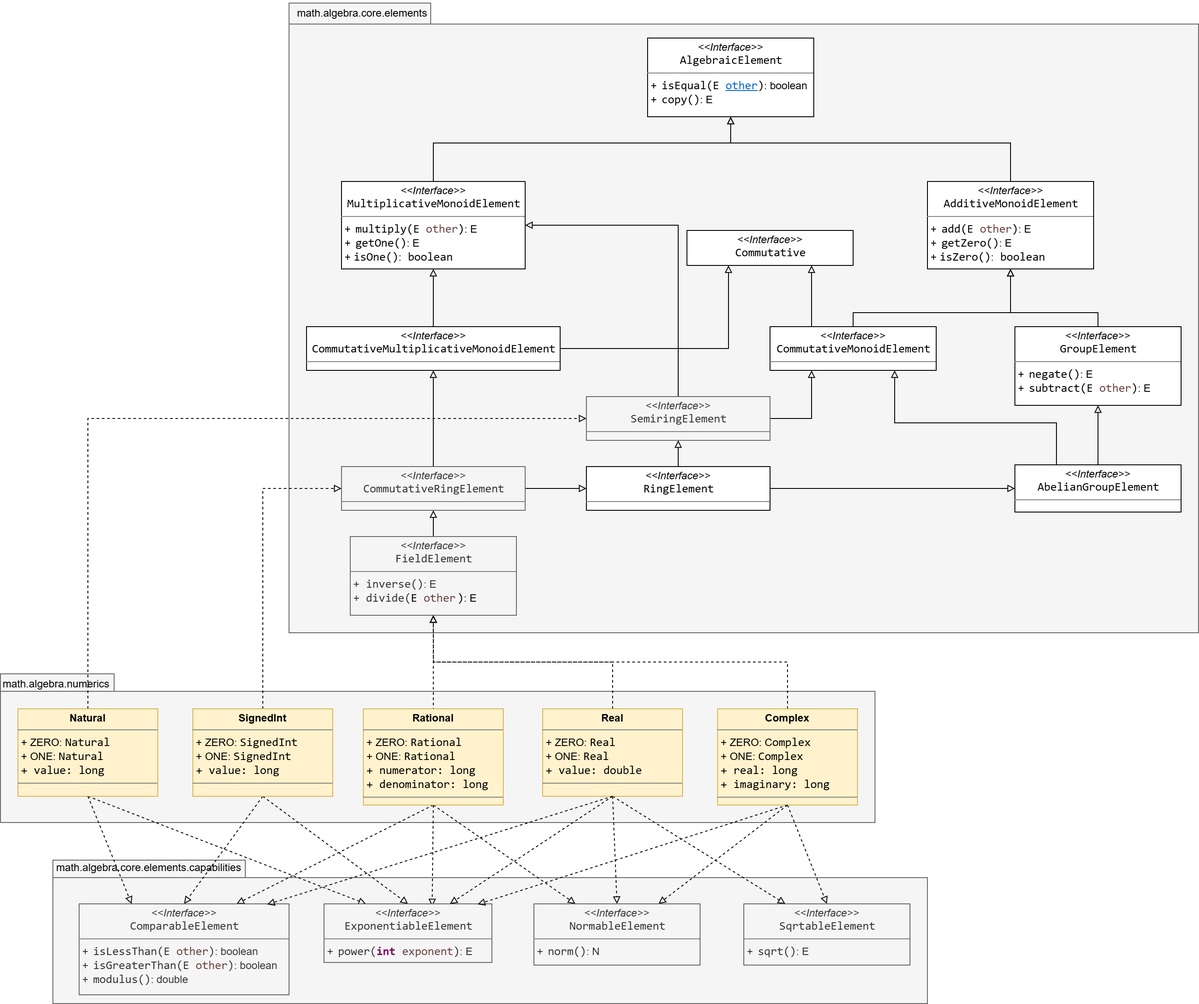
gom9000/SMFN keeps this draw.io diagram as resources/SMFN-algebra-elements.drawio.png. Above is the earlier version. Source tidied: cells renumbered, new cells last; positions are measured from the earlier drawing's top-left corner, leaving out a move shared by most shapes.
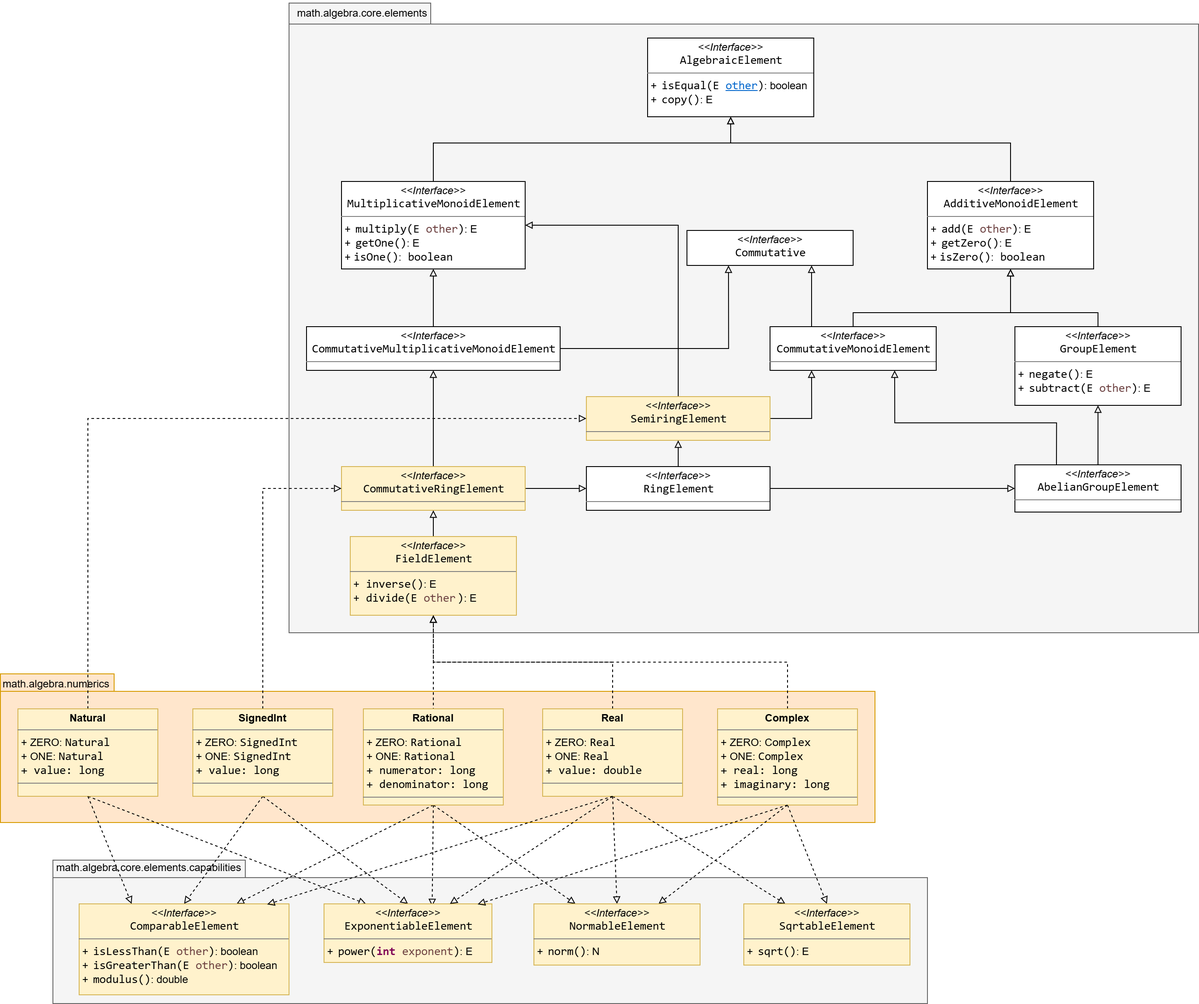
The same file after the commit.

Commit message:
refactory - algebra, linearalgebra refines

What changed in the source:
```diff
@@ -7,3 +7,3 @@
     </mxCell>
-    <mxCell id="3" value="package" style="shape=folder;fontStyle=1;spacingTop=10;tabWidth=130;tabHeight=20;tabPosition=left;html=1;whiteSpace=wrap;fillColor=#f5f5f5;strokeColor=#666666;fontColor=#333333;" parent="1" vertex="1">
+    <mxCell id="3" value="package" style="shape=folder;fontStyle=1;spacingTop=10;tabWidth=130;tabHeight=20;tabPosition=left;html=1;whiteSpace=wrap;fillColor=#ffe6cc;strokeColor=#d79b00;" parent="1" vertex="1">
       <mxGeometry y="770" width="1000" height="170" as="geometry" />
@@ -95,3 +95,3 @@
     </mxCell>
-    <mxCell id="24" value="&lt;p style=&quot;margin:0px;margin-top:4px;text-align:center;&quot;&gt;&lt;i&gt;&amp;lt;&amp;lt;Interface&amp;gt;&amp;gt;&lt;/i&gt;&lt;br&gt;&lt;span style=&quot;padding: 0px 0px 0px 2px;&quot;&gt;&lt;span style=&quot;font-family: Consolas; font-size: 10pt; white-space: pre;&quot;&gt;&lt;span style=&quot;&quot;&gt;SemiringElement&lt;/span&gt;&lt;/span&gt;&lt;/span&gt;&lt;/p&gt;&lt;hr size=&quot;1&quot; style=&quot;border-style:solid;&quot;&gt;&lt;p style=&quot;margin:0px;margin-left:4px;&quot;&gt;&lt;/p&gt;&lt;p style=&quot;margin:0px;margin-left:4px;&quot;&gt;&lt;br&gt;&lt;/p&gt;" style="verticalAlign=top;align=left;overflow=fill;html=1;whiteSpace=wrap;fillColor=#f5f5f5;fontColor=#333333;strokeColor=#666666;labelBackgroundColor=none;" parent="1" vertex="1">
+    <mxCell id="24" value="&lt;p style=&quot;margin:0px;margin-top:4px;text-align:center;&quot;&gt;&lt;i&gt;&amp;lt;&amp;lt;Interface&amp;gt;&amp;gt;&lt;/i&gt;&lt;br&gt;&lt;span style=&quot;padding: 0px 0px 0px 2px;&quot;&gt;&lt;span style=&quot;font-family: Consolas; font-size: 10pt; white-space: pre;&quot;&gt;&lt;span style=&quot;&quot;&gt;SemiringElement&lt;/span&gt;&lt;/span&gt;&lt;/span&gt;&lt;/p&gt;&lt;hr size=&quot;1&quot; style=&quot;border-style:solid;&quot;&gt;&lt;p style=&quot;margin:0px;margin-left:4px;&quot;&gt;&lt;/p&gt;&lt;p style=&quot;margin:0px;margin-left:4px;&quot;&gt;&lt;br&gt;&lt;/p&gt;" style="verticalAlign=top;align=left;overflow=fill;html=1;whiteSpace=wrap;fillColor=#fff2cc;strokeColor=#d6b656;labelBackgroundColor=none;" parent="1" vertex="1">
       <mxGeometry x="670" y="453" width="210" height="50" as="geometry" />
@@ -113,3 +113,3 @@
     </mxCell>
-    <mxCell id="30" value="&lt;p style=&quot;margin:0px;margin-top:4px;text-align:center;&quot;&gt;&lt;i&gt;&amp;lt;&amp;lt;Interface&amp;gt;&amp;gt;&lt;/i&gt;&lt;br&gt;&lt;span style=&quot;padding: 0px 0px 0px 2px;&quot;&gt;&lt;span style=&quot;font-family: Consolas; font-size: 10pt; white-space: pre;&quot;&gt;&lt;span style=&quot;&quot;&gt;CommutativeRingElement&lt;/span&gt;&lt;/span&gt;&lt;/span&gt;&lt;/p&gt;&lt;hr size=&quot;1&quot; style=&quot;border-style:solid;&quot;&gt;&lt;p style=&quot;margin:0px;margin-left:4px;&quot;&gt;&lt;/p&gt;&lt;p style=&quot;margin:0px;margin-left:4px;&quot;&gt;&lt;br&gt;&lt;/p&gt;" style="verticalAlign=top;align=left;overflow=fill;html=1;whiteSpace=wrap;fillColor=#f5f5f5;fontColor=#333333;strokeColor=#666666;labelBackgroundColor=none;" parent="1" vertex="1">
+    <mxCell id="30" value="&lt;p style=&quot;margin:0px;margin-top:4px;text-align:center;&quot;&gt;&lt;i&gt;&amp;lt;&amp;lt;Interface&amp;gt;&amp;gt;&lt;/i&gt;&lt;br&gt;&lt;span style=&quot;padding: 0px 0px 0px 2px;&quot;&gt;&lt;span style=&quot;font-family: Consolas; font-size: 10pt; white-space: pre;&quot;&gt;&lt;span style=&quot;&quot;&gt;CommutativeRingElement&lt;/span&gt;&lt;/span&gt;&lt;/span&gt;&lt;/p&gt;&lt;hr size=&quot;1&quot; style=&quot;border-style:solid;&quot;&gt;&lt;p style=&quot;margin:0px;margin-left:4px;&quot;&gt;&lt;/p&gt;&lt;p style=&quot;margin:0px;margin-left:4px;&quot;&gt;&lt;br&gt;&lt;/p&gt;" style="verticalAlign=top;align=left;overflow=fill;html=1;whiteSpace=wrap;fillColor=#fff2cc;strokeColor=#d6b656;labelBackgroundColor=none;" parent="1" vertex="1">
       <mxGeometry x="390" y="533" width="210" height="50" as="geometry" />
@@ -119,3 +119,3 @@
     </mxCell>
-    <mxCell id="32" value="&lt;p style=&quot;margin:0px;margin-top:4px;text-align:center;&quot;&gt;&lt;i&gt;&amp;lt;&amp;lt;Interface&amp;gt;&amp;gt;&lt;/i&gt;&lt;br&gt;&lt;span style=&quot;padding: 0px 0px 0px 2px;&quot;&gt;&lt;span style=&quot;font-family: Consolas; font-size: 10pt; white-space: pre;&quot;&gt;&lt;span style=&quot;&quot;&gt;FieldElement&lt;/span&gt;&lt;/span&gt;&lt;/span&gt;&lt;/p&gt;&lt;hr size=&quot;1&quot; style=&quot;border-style:solid;&quot;&gt;&lt;p style=&quot;margin:0px;margin-left:4px;&quot;&gt;&lt;/p&gt;&lt;p style=&quot;margin:0px;margin-left:4px;&quot;&gt;+&amp;nbsp;&lt;span style=&quot;padding: 0px 0px 0px 2px;&quot;&gt;&lt;span style=&quot;padding: 0px 0px 0px 2px;&quot;&gt;&lt;span style=&quot;font-family: Consolas; font-size: 10pt; white-space: pre;&quot;&gt;&lt;span style=&quot;&quot;&gt;inverse&lt;/span&gt;&lt;/span&gt;&lt;/span&gt;&lt;span style=&quot;font-family: Consolas; font-size: 10pt; white-space: pre;&quot;&gt;()&lt;/span&gt;&lt;/span&gt;: E&lt;br&gt;+&amp;nbsp;&lt;span style=&quot;padding: 0px 0px 0px 2px;&quot;&gt;&lt;span style=&quot;padding: 0px 0px 0px 2px;&quot;&gt;&lt;span style=&quot;font-family: Consolas; font-size: 10pt; white-space: pre;&quot;&gt;&lt;span style=&quot;&quot;&gt;divide&lt;/span&gt;&lt;/span&gt;&lt;/span&gt;&lt;span style=&quot;font-family: Consolas; font-size: 10pt; white-space: pre;&quot;&gt;(&lt;/span&gt;&lt;/span&gt;&lt;span style=&quot;color: light-dark(rgb(0, 0, 0), rgb(255, 255, 255)); font-family: Consolas; font-size: 13.3333px; white-space: pre;&quot;&gt;E &lt;/span&gt;&lt;span style=&quot;font-family: Consolas; font-size: 13.3333px; white-space: pre; color: rgb(106, 62, 62);&quot;&gt;other&lt;/span&gt;&lt;span style=&quot;color: light-dark(rgb(0, 0, 0), rgb(255, 255, 255)); padding: 0px 0px 0px 2px;&quot;&gt;&lt;span style=&quot;font-family: Consolas; font-size: 10pt; white-space: pre;&quot;&gt;)&lt;/span&gt;&lt;/span&gt;&lt;span style=&quot;color: light-dark(rgb(0, 0, 0), rgb(255, 255, 255));&quot;&gt;: E&lt;/span&gt;&lt;/p&gt;&lt;p style=&quot;margin:0px;margin-left:4px;&quot;&gt;&lt;br&gt;&lt;/p&gt;" style="verticalAlign=top;align=left;overflow=fill;html=1;whiteSpace=wrap;fillColor=#f5f5f5;fontColor=#333333;strokeColor=#666666;labelBackgroundColor=none;" parent="1" vertex="1">
+    <mxCell id="32" value="&lt;p style=&quot;margin:0px;margin-top:4px;text-align:center;&quot;&gt;&lt;i&gt;&amp;lt;&amp;lt;Interface&amp;gt;&amp;gt;&lt;/i&gt;&lt;br&gt;&lt;span style=&quot;padding: 0px 0px 0px 2px;&quot;&gt;&lt;span style=&quot;font-family: Consolas; font-size: 10pt; white-space: pre;&quot;&gt;&lt;span style=&quot;&quot;&gt;FieldElement&lt;/span&gt;&lt;/span&gt;&lt;/span&gt;&lt;/p&gt;&lt;hr size=&quot;1&quot; style=&quot;border-style:solid;&quot;&gt;&lt;p style=&quot;margin:0px;margin-left:4px;&quot;&gt;&lt;/p&gt;&lt;p style=&quot;margin:0px;margin-left:4px;&quot;&gt;+&amp;nbsp;&lt;span style=&quot;padding: 0px 0px 0px 2px;&quot;&gt;&lt;span style=&quot;padding: 0px 0px 0px 2px;&quot;&gt;&lt;span style=&quot;font-family: Consolas; font-size: 10pt; white-space: pre;&quot;&gt;&lt;span style=&quot;&quot;&gt;inverse&lt;/span&gt;&lt;/span&gt;&lt;/span&gt;&lt;span style=&quot;font-family: Consolas; font-size: 10pt; white-space: pre;&quot;&gt;()&lt;/span&gt;&lt;/span&gt;: E&lt;br&gt;+&amp;nbsp;&lt;span style=&quot;padding: 0px 0px 0px 2px;&quot;&gt;&lt;span style=&quot;padding: 0px 0px 0px 2px;&quot;&gt;&lt;span style=&quot;font-family: Consolas; font-size: 10pt; white-space: pre;&quot;&gt;&lt;span style=&quot;&quot;&gt;divide&lt;/span&gt;&lt;/span&gt;&lt;/span&gt;&lt;span style=&quot;font-family: Consolas; font-size: 10pt; white-space: pre;&quot;&gt;(&lt;/span&gt;&lt;/span&gt;&lt;span style=&quot;color: light-dark(rgb(0, 0, 0), rgb(255, 255, 255)); font-family: Consolas; font-size: 13.3333px; white-space: pre;&quot;&gt;E &lt;/span&gt;&lt;span style=&quot;font-family: Consolas; font-size: 13.3333px; white-space: pre; color: rgb(106, 62, 62);&quot;&gt;other&lt;/span&gt;&lt;span style=&quot;color: light-dark(rgb(0, 0, 0), rgb(255, 255, 255)); padding: 0px 0px 0px 2px;&quot;&gt;&lt;span style=&quot;font-family: Consolas; font-size: 10pt; white-space: pre;&quot;&gt;)&lt;/span&gt;&lt;/span&gt;&lt;span style=&quot;color: light-dark(rgb(0, 0, 0), rgb(255, 255, 255));&quot;&gt;: E&lt;/span&gt;&lt;/p&gt;&lt;p style=&quot;margin:0px;margin-left:4px;&quot;&gt;&lt;br&gt;&lt;/p&gt;" style="verticalAlign=top;align=left;overflow=fill;html=1;whiteSpace=wrap;fillColor=#fff2cc;strokeColor=#d6b656;labelBackgroundColor=none;" parent="1" vertex="1">
       <mxGeometry x="400" y="613" width="190" height="90" as="geometry" />
@@ -187,12 +187,12 @@
     </mxCell>
-    <mxCell id="53" value="&lt;p style=&quot;margin:0px;margin-top:4px;text-align:center;&quot;&gt;&lt;i&gt;&amp;lt;&amp;lt;Interface&amp;gt;&amp;gt;&lt;/i&gt;&lt;br&gt;&lt;span style=&quot;padding: 0px 0px 0px 2px;&quot;&gt;&lt;span style=&quot;font-family: Consolas; font-size: 10pt; white-space: pre;&quot;&gt;&lt;span style=&quot;&quot;&gt;ComparableElement&lt;/span&gt;&lt;/span&gt;&lt;/span&gt;&lt;/p&gt;&lt;hr size=&quot;1&quot; style=&quot;border-style:solid;&quot;&gt;&lt;p style=&quot;margin:0px;margin-left:4px;&quot;&gt;&lt;/p&gt;&lt;p style=&quot;margin:0px;margin-left:4px;&quot;&gt;+&amp;nbsp;&lt;span style=&quot;padding: 0px 0px 0px 2px;&quot;&gt;&lt;span style=&quot;font-family: Consolas; font-size: 10pt; white-space: pre;&quot;&gt;&lt;span style=&quot;&quot;&gt;isLessThan&lt;/span&gt;(E &lt;span style=&quot;color:#6a3e3e;&quot;&gt;other&lt;/span&gt;)&lt;/span&gt;&lt;/span&gt;: boolean&lt;br&gt;+&amp;nbsp;&lt;span style=&quot;padding: 0px 0px 0px 2px;&quot;&gt;&lt;span style=&quot;font-family: Consolas; font-size: 10pt; white-space: pre;&quot;&gt;&lt;span style=&quot;&quot;&gt;isGreaterThan&lt;/span&gt;(E &lt;span style=&quot;color:#6a3e3e;&quot;&gt;other&lt;/span&gt;)&lt;/span&gt;&lt;/span&gt;: boolean&lt;/p&gt;&lt;p style=&quot;margin:0px;margin-left:4px;&quot;&gt;+&amp;nbsp;&lt;span style=&quot;padding: 0px 0px 0px 2px;&quot;&gt;&lt;span style=&quot;font-family: Consolas; font-size: 10pt; white-space: pre;&quot;&gt;modulus()&lt;/span&gt;&lt;/span&gt;: double&lt;/p&gt;" style="verticalAlign=top;align=left;overflow=fill;html=1;whiteSpace=wrap;fillColor=#f5f5f5;fontColor=#333333;strokeColor=#666666;labelBackgroundColor=none;" parent="1" vertex="1">
+    <mxCell id="53" value="&lt;p style=&quot;margin:0px;margin-top:4px;text-align:center;&quot;&gt;&lt;i&gt;&amp;lt;&amp;lt;Interface&amp;gt;&amp;gt;&lt;/i&gt;&lt;br&gt;&lt;span style=&quot;padding: 0px 0px 0px 2px;&quot;&gt;&lt;span style=&quot;font-family: Consolas; font-size: 10pt; white-space: pre;&quot;&gt;&lt;span style=&quot;&quot;&gt;ComparableElement&lt;/span&gt;&lt;/span&gt;&lt;/span&gt;&lt;/p&gt;&lt;hr size=&quot;1&quot; style=&quot;border-style:solid;&quot;&gt;&lt;p style=&quot;margin:0px;margin-left:4px;&quot;&gt;&lt;/p&gt;&lt;p style=&quot;margin:0px;margin-left:4px;&quot;&gt;+&amp;nbsp;&lt;span style=&quot;padding: 0px 0px 0px 2px;&quot;&gt;&lt;span style=&quot;font-family: Consolas; font-size: 10pt; white-space: pre;&quot;&gt;&lt;span style=&quot;&quot;&gt;isLessThan&lt;/span&gt;(E &lt;span style=&quot;color:#6a3e3e;&quot;&gt;other&lt;/span&gt;)&lt;/span&gt;&lt;/span&gt;: boolean&lt;br&gt;+&amp;nbsp;&lt;span style=&quot;padding: 0px 0px 0px 2px;&quot;&gt;&lt;span style=&quot;font-family: Consolas; font-size: 10pt; white-space: pre;&quot;&gt;&lt;span style=&quot;&quot;&gt;isGreaterThan&lt;/span&gt;(E &lt;span style=&quot;color:#6a3e3e;&quot;&gt;other&lt;/span&gt;)&lt;/span&gt;&lt;/span&gt;: boolean&lt;/p&gt;&lt;p style=&quot;margin:0px;margin-left:4px;&quot;&gt;+&amp;nbsp;&lt;span style=&quot;padding: 0px 0px 0px 2px;&quot;&gt;&lt;span style=&quot;font-family: Consolas; font-size: 10pt; white-space: pre;&quot;&gt;modulus()&lt;/span&gt;&lt;/span&gt;: double&lt;/p&gt;" style="verticalAlign=top;align=left;overflow=fill;html=1;whiteSpace=wrap;labelBackgroundColor=none;fillColor=#fff2cc;strokeColor=#d6b656;" parent="1" vertex="1">
       <mxGeometry x="90" y="1033" width="240" height="104" as="geometry" />
     </mxCell>
-    <mxCell id="54" value="&lt;p style=&quot;margin:0px;margin-top:4px;text-align:center;&quot;&gt;&lt;i&gt;&amp;lt;&amp;lt;Interface&amp;gt;&amp;gt;&lt;/i&gt;&lt;br&gt;&lt;span style=&quot;padding: 0px 0px 0px 2px;&quot;&gt;&lt;span style=&quot;font-family: Consolas; font-size: 10pt; white-space: pre;&quot;&gt;&lt;span style=&quot;&quot;&gt;ExponentiableElement&lt;/span&gt;&lt;/span&gt;&lt;/span&gt;&lt;/p&gt;&lt;hr size=&quot;1&quot; style=&quot;border-style:solid;&quot;&gt;&lt;p style=&quot;margin:0px;margin-left:4px;&quot;&gt;&lt;/p&gt;&lt;p style=&quot;margin:0px;margin-left:4px;&quot;&gt;+&amp;nbsp;&lt;span style=&quot;padding: 0px 0px 0px 2px;&quot;&gt;&lt;span style=&quot;font-family: Consolas; font-size: 10pt; white-space: pre;&quot;&gt;&lt;span style=&quot;&quot;&gt;power&lt;/span&gt;(&lt;span style=&quot;color:#7f0055;font-weight:bold;&quot;&gt;int&lt;/span&gt; &lt;span style=&quot;color:#6a3e3e;&quot;&gt;exponent&lt;/span&gt;)&lt;/span&gt;&lt;/span&gt;: E&lt;/p&gt;" style="verticalAlign=top;align=left;overflow=fill;html=1;whiteSpace=wrap;fillColor=#f5f5f5;fontColor=#333333;strokeColor=#666666;labelBackgroundColor=none;" parent="1" vertex="1">
+    <mxCell id="54" value="&lt;p style=&quot;margin:0px;margin-top:4px;text-align:center;&quot;&gt;&lt;i&gt;&amp;lt;&amp;lt;Interface&amp;gt;&amp;gt;&lt;/i&gt;&lt;br&gt;&lt;span style=&quot;padding: 0px 0px 0px 2px;&quot;&gt;&lt;span style=&quot;font-family: Consolas; font-size: 10pt; white-space: pre;&quot;&gt;&lt;span style=&quot;&quot;&gt;ExponentiableElement&lt;/span&gt;&lt;/span&gt;&lt;/span&gt;&lt;/p&gt;&lt;hr size=&quot;1&quot; style=&quot;border-style:solid;&quot;&gt;&lt;p style=&quot;margin:0px;margin-left:4px;&quot;&gt;&lt;/p&gt;&lt;p style=&quot;margin:0px;margin-left:4px;&quot;&gt;+&amp;nbsp;&lt;span style=&quot;padding: 0px 0px 0px 2px;&quot;&gt;&lt;span style=&quot;font-family: Consolas; font-size: 10pt; white-space: pre;&quot;&gt;&lt;span style=&quot;&quot;&gt;power&lt;/span&gt;(&lt;span style=&quot;color:#7f0055;font-weight:bold;&quot;&gt;int&lt;/span&gt; &lt;span style=&quot;color:#6a3e3e;&quot;&gt;exponent&lt;/span&gt;)&lt;/span&gt;&lt;/span&gt;: E&lt;/p&gt;" style="verticalAlign=top;align=left;overflow=fill;html=1;whiteSpace=wrap;labelBackgroundColor=none;fillColor=#fff2cc;strokeColor=#d6b656;" parent="1" vertex="1">
       <mxGeometry x="370" y="1033" width="192" height="67" as="geometry" />
     </mxCell>
-    <mxCell id="55" value="&lt;p style=&quot;margin:0px;margin-top:4px;text-align:center;&quot;&gt;&lt;i&gt;&amp;lt;&amp;lt;Interface&amp;gt;&amp;gt;&lt;/i&gt;&lt;br&gt;&lt;span style=&quot;padding: 0px 0px 0px 2px;&quot;&gt;&lt;span style=&quot;font-family: Consolas; font-size: 10pt; white-space: pre;&quot;&gt;&lt;span style=&quot;&quot;&gt;NormableElement&lt;/span&gt;&lt;/span&gt;&lt;/span&gt;&lt;/p&gt;&lt;hr size=&quot;1&quot; style=&quot;border-style:solid;&quot;&gt;&lt;p style=&quot;margin:0px;margin-left:4px;&quot;&gt;&lt;/p&gt;&lt;p style=&quot;margin:0px;margin-left:4px;&quot;&gt;+&amp;nbsp;&lt;span style=&quot;padding: 0px 0px 0px 2px;&quot;&gt;&lt;span style=&quot;font-family: Consolas; font-size: 10pt; white-space: pre;&quot;&gt;&lt;span style=&quot;&quot;&gt;norm&lt;/span&gt;()&lt;/span&gt;&lt;/span&gt;: N&lt;/p&gt;" style="verticalAlign=top;align=left;overflow=fill;html=1;whiteSpace=wrap;fillColor=#f5f5f5;fontColor=#333333;strokeColor=#666666;labelBackgroundColor=none;" parent="1" vertex="1">
+    <mxCell id="55" value="&lt;p style=&quot;margin:0px;margin-top:4px;text-align:center;&quot;&gt;&lt;i&gt;&amp;lt;&amp;lt;Interface&amp;gt;&amp;gt;&lt;/i&gt;&lt;br&gt;&lt;span style=&quot;padding: 0px 0px 0px 2px;&quot;&gt;&lt;span style=&quot;font-family: Consolas; font-size: 10pt; white-space: pre;&quot;&gt;&lt;span style=&quot;&quot;&gt;NormableElement&lt;/span&gt;&lt;/span&gt;&lt;/span&gt;&lt;/p&gt;&lt;hr size=&quot;1&quot; style=&quot;border-style:solid;&quot;&gt;&lt;p style=&quot;margin:0px;margin-left:4px;&quot;&gt;&lt;/p&gt;&lt;p style=&quot;margin:0px;margin-left:4px;&quot;&gt;+&amp;nbsp;&lt;span style=&quot;padding: 0px 0px 0px 2px;&quot;&gt;&lt;span style=&quot;font-family: Consolas; font-size: 10pt; white-space: pre;&quot;&gt;&lt;span style=&quot;&quot;&gt;norm&lt;/span&gt;()&lt;/span&gt;&lt;/span&gt;: N&lt;/p&gt;" style="verticalAlign=top;align=left;overflow=fill;html=1;whiteSpace=wrap;labelBackgroundColor=none;fillColor=#fff2cc;strokeColor=#d6b656;" parent="1" vertex="1">
       <mxGeometry x="610" y="1033" width="190" height="70" as="geometry" />
     </mxCell>
-    <mxCell id="56" value="&lt;p style=&quot;margin:0px;margin-top:4px;text-align:center;&quot;&gt;&lt;i&gt;&amp;lt;&amp;lt;Interface&amp;gt;&amp;gt;&lt;/i&gt;&lt;br&gt;&lt;span style=&quot;padding: 0px 0px 0px 2px;&quot;&gt;&lt;span style=&quot;font-family: Consolas; font-size: 10pt; white-space: pre;&quot;&gt;&lt;span style=&quot;&quot;&gt;SqrtableElement&lt;/span&gt;&lt;/span&gt;&lt;/span&gt;&lt;/p&gt;&lt;hr size=&quot;1&quot; style=&quot;border-style:solid;&quot;&gt;&lt;p style=&quot;margin:0px;margin-left:4px;&quot;&gt;&lt;/p&gt;&lt;p style=&quot;margin:0px;margin-left:4px;&quot;&gt;+&amp;nbsp;&lt;span style=&quot;padding: 0px 0px 0px 2px;&quot;&gt;&lt;span style=&quot;font-family: Consolas; font-size: 10pt; white-space: pre;&quot;&gt;&lt;span style=&quot;&quot;&gt;sqrt&lt;/span&gt;()&lt;/span&gt;&lt;/span&gt;: E&lt;/p&gt;" style="verticalAlign=top;align=left;overflow=fill;html=1;whiteSpace=wrap;fillColor=#f5f5f5;fontColor=#333333;strokeColor=#666666;labelBackgroundColor=none;" parent="1" vertex="1">
+    <mxCell id="56" value="&lt;p style=&quot;margin:0px;margin-top:4px;text-align:center;&quot;&gt;&lt;i&gt;&amp;lt;&amp;lt;Interface&amp;gt;&amp;gt;&lt;/i&gt;&lt;br&gt;&lt;span style=&quot;padding: 0px 0px 0px 2px;&quot;&gt;&lt;span style=&quot;font-family: Consolas; font-size: 10pt; white-space: pre;&quot;&gt;&lt;span style=&quot;&quot;&gt;SqrtableElement&lt;/span&gt;&lt;/span&gt;&lt;/span&gt;&lt;/p&gt;&lt;hr size=&quot;1&quot; style=&quot;border-style:solid;&quot;&gt;&lt;p style=&quot;margin:0px;margin-left:4px;&quot;&gt;&lt;/p&gt;&lt;p style=&quot;margin:0px;margin-left:4px;&quot;&gt;+&amp;nbsp;&lt;span style=&quot;padding: 0px 0px 0px 2px;&quot;&gt;&lt;span style=&quot;font-family: Consolas; font-size: 10pt; white-space: pre;&quot;&gt;&lt;span style=&quot;&quot;&gt;sqrt&lt;/span&gt;()&lt;/span&gt;&lt;/span&gt;: E&lt;/p&gt;" style="verticalAlign=top;align=left;overflow=fill;html=1;whiteSpace=wrap;fillColor=#fff2cc;strokeColor=#d6b656;labelBackgroundColor=none;" parent="1" vertex="1">
       <mxGeometry x="850" y="1033" width="190" height="70" as="geometry" />
```
